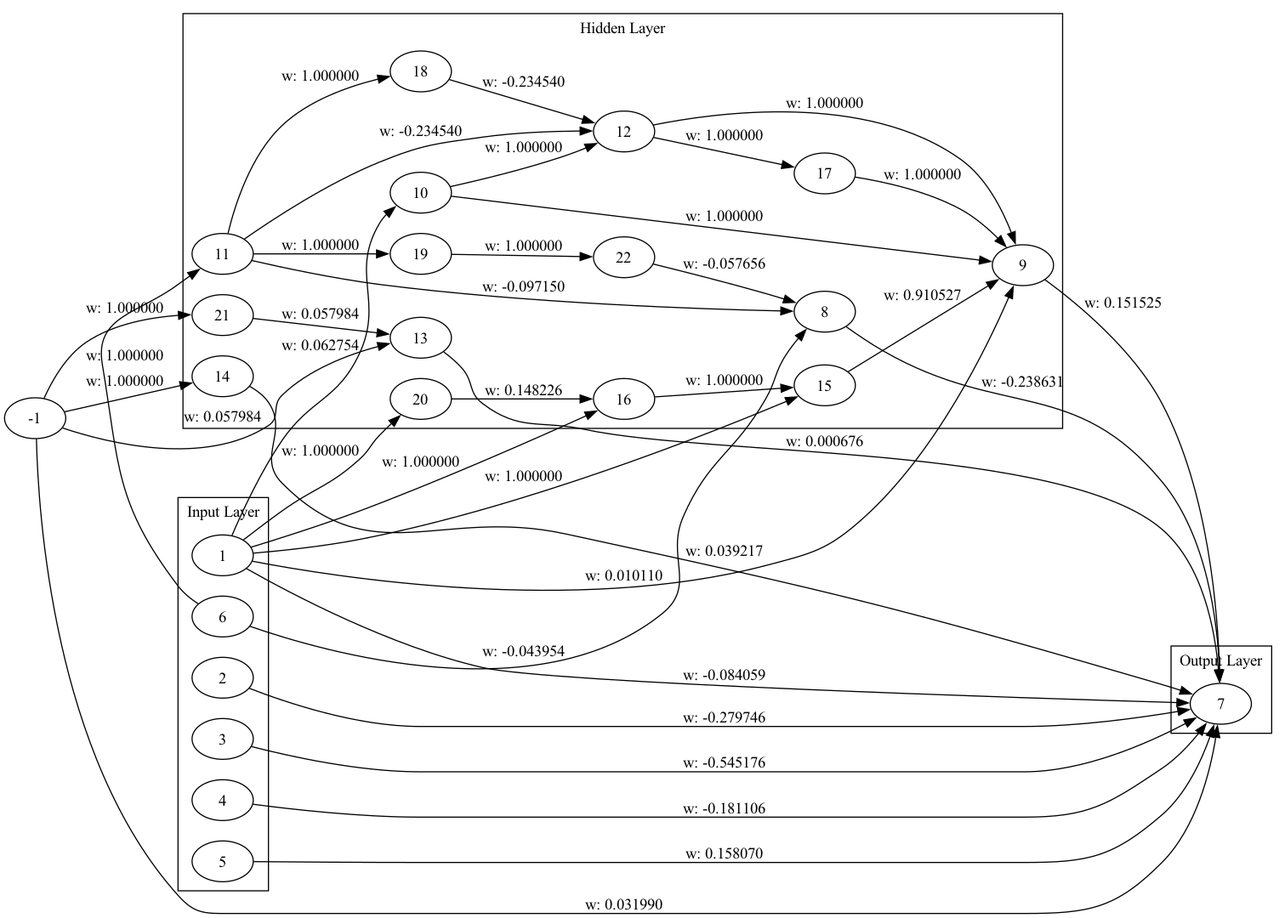
This is genome_graph.png from malikAkurtz/TradingSystem, a Graphviz export, as it was before one commit. Its source is kept beside it as genome_graph.dot.
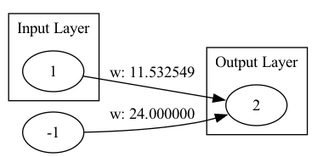
After the change.

The edit, as a diff of the source:
```diff
@@ -3,68 +3,14 @@
   subgraph cluster_0 {
     label="Input Layer";
     1;
-    2;
-    3;
-    4;
-    5;
-    6;
   }
   subgraph cluster_1 {
     label="Hidden Layer";
-    8;
-    9;
-    10;
-    11;
-    12;
-    13;
-    14;
-    15;
-    16;
-    17;
-    18;
-    19;
-    20;
-    21;
-    22;
   }
   subgraph cluster_2 {
     label="Output Layer";
-    7;
+    2;
   }
-  1 -> 7 [label="w: -0.084059"];
-  2 -> 7 [label="w: -0.279746"];
-  3 -> 7 [label="w: -0.545176"];
-  4 -> 7 [label="w: -0.181106"];
-  5 -> 7 [label="w: 0.158070"];
-  -1 -> 7 [label="w: 0.031990"];
-  6 -> 8 [label="w: -0.043954"];
-  8 -> 7 [label="w: -0.238631"];
-  1 -> 9 [label="w: 0.010110"];
-  9 -> 7 [label="w: 0.151525"];
-  1 -> 10 [label="w: 0.062754"];
-  10 -> 9 [label="w: 1.000000"];
-  6 -> 11 [label="w: 1.000000"];
-  11 -> 8 [label="w: -0.097150"];
-  10 -> 12 [label="w: 1.000000"];
-  12 -> 9 [label="w: 1.000000"];
-  -1 -> 13 [label="w: 0.057984"];
-  13 -> 7 [label="w: 0.000676"];
-  11 -> 12 [label="w: -0.234540"];
-  -1 -> 14 [label="w: 1.000000"];
-  14 -> 7 [label="w: 0.039217"];
-  1 -> 15 [label="w: 1.000000"];
-  15 -> 9 [label="w: 0.910527"];
-  1 -> 16 [label="w: 1.000000"];
-  16 -> 15 [label="w: 1.000000"];
-  12 -> 17 [label="w: 1.000000"];
-  17 -> 9 [label="w: 1.000000"];
-  11 -> 18 [label="w: 1.000000"];
-  18 -> 12 [label="w: -0.234540"];
-  11 -> 19 [label="w: 1.000000"];
-  1 -> 20 [label="w: 1.000000"];
-  20 -> 16 [label="w: 0.148226"];
-  -1 -> 21 [label="w: 1.000000"];
-  21 -> 13 [label="w: 0.057984"];
-  19 -> 22 [label="w: 1.000000"];
-  22 -> 8 [label="w: -0.057656"];
+  1 -> 2 [label="w: 11.532549"];
+  -1 -> 2 [label="w: 24.000000"];
 }
```
